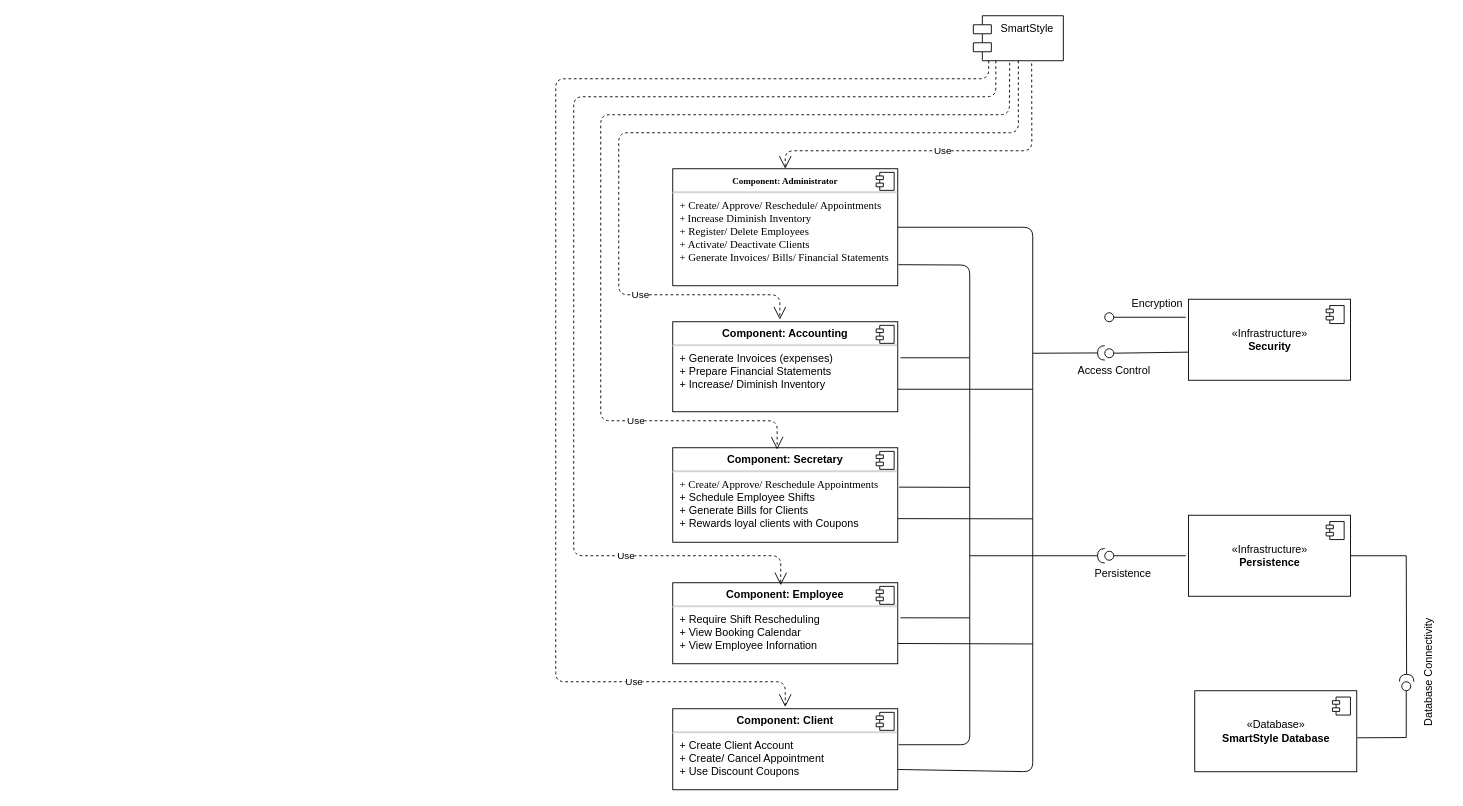
The draw.io diagram Diagrams/Component Diagram/Component.drawio in kkasharaj17/SE-project, before the edit. Source tidied: cells renumbered, new cells numbered last; positions are measured from the earlier drawing's top-left corner, leaving out a move shared by most shapes. Both pictures are drawn from the tidied source at 90%, with x=0, y=0 at pixel (555, 15).
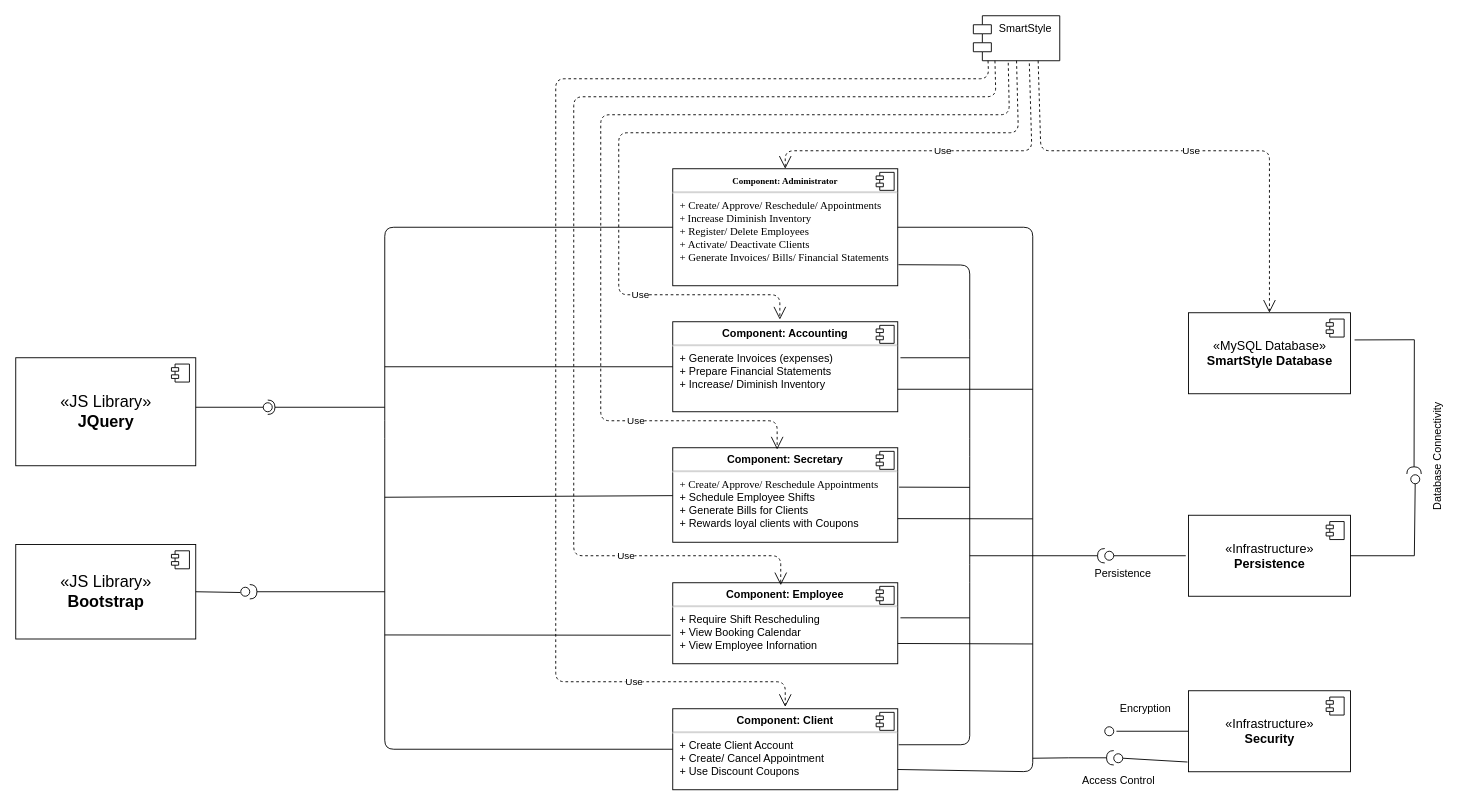
After the change.

The change refers to these unchanged cells:
```xml
<mxCell id="2" value="&lt;p style=&quot;margin: 0px ; margin-top: 6px ; text-align: center&quot;&gt;&lt;b&gt;&lt;font style=&quot;font-size: 10px&quot; face=&quot;Times New Roman&quot;&gt;Component: Administrator&lt;/font&gt;&lt;/b&gt;&lt;/p&gt;&lt;hr&gt;&lt;p style=&quot;margin: 0px ; margin-left: 8px&quot;&gt;&lt;font face=&quot;Times New Roman&quot; style=&quot;font-size: 12px&quot;&gt;+ Create/ Approve/ Reschedule/ Appointments&lt;/font&gt;&lt;/p&gt;&lt;p style=&quot;margin: 0px ; margin-left: 8px&quot;&gt;&lt;font face=&quot;Times New Roman&quot;&gt;&lt;span style=&quot;font-size: 11px&quot;&gt;+ &lt;/span&gt;&lt;font style=&quot;font-size: 12px&quot;&gt;Increase Diminish Inventory&lt;/font&gt;&lt;/font&gt;&lt;/p&gt;&lt;p style=&quot;margin: 0px ; margin-left: 8px&quot;&gt;&lt;font face=&quot;Times New Roman&quot; style=&quot;font-size: 12px&quot;&gt;+ Register/ Delete Employees&lt;/font&gt;&lt;/p&gt;&lt;p style=&quot;margin: 0px ; margin-left: 8px&quot;&gt;&lt;font face=&quot;Times New Roman&quot;&gt;+ &lt;font style=&quot;font-size: 12px&quot;&gt;Activate/ Deactivate Clients&lt;/font&gt;&lt;/font&gt;&lt;/p&gt;&lt;p style=&quot;margin: 0px ; margin-left: 8px&quot;&gt;&lt;font face=&quot;Times New Roman&quot; style=&quot;font-size: 12px&quot;&gt;+ Generate Invoices/ Bills/ Financial Statements&lt;/font&gt;&lt;/p&gt;" style="align=left;overflow=fill;html=1;" parent="1" vertex="1">
  <mxGeometry x="130" y="170" width="250" height="130" as="geometry" />
</mxCell>
<mxCell id="6" value="&lt;p style=&quot;margin: 0px ; margin-top: 6px ; text-align: center&quot;&gt;&lt;b&gt;Component: Accounting&lt;/b&gt;&lt;/p&gt;&lt;hr&gt;&lt;p style=&quot;margin: 0px ; margin-left: 8px&quot;&gt;+ Generate Invoices (expenses)&lt;br&gt;+ Prepare Financial Statements&lt;/p&gt;&lt;p style=&quot;margin: 0px ; margin-left: 8px&quot;&gt;+ Increase/ Diminish Inventory&lt;/p&gt;&lt;p style=&quot;margin: 0px ; margin-left: 8px&quot;&gt;&lt;br&gt;&lt;/p&gt;" style="align=left;overflow=fill;html=1;" parent="1" vertex="1">
  <mxGeometry x="130" y="340" width="250" height="100" as="geometry" />
</mxCell>
<mxCell id="8" value="&lt;p style=&quot;margin: 0px ; margin-top: 6px ; text-align: center&quot;&gt;&lt;b&gt;Component: Secretary&lt;/b&gt;&lt;/p&gt;&lt;hr&gt;&lt;p style=&quot;margin: 0px ; margin-left: 8px&quot;&gt;&lt;font face=&quot;Times New Roman&quot;&gt;+ Create/ Approve/ Reschedule Appointments&lt;/font&gt;&lt;br&gt;+ Schedule Employee Shifts&lt;/p&gt;&lt;p style=&quot;margin: 0px ; margin-left: 8px&quot;&gt;+ Generate Bills for Clients&lt;/p&gt;&lt;p style=&quot;margin: 0px ; margin-left: 8px&quot;&gt;+ Rewards loyal clients with Coupons&lt;/p&gt;" style="align=left;overflow=fill;html=1;" parent="1" vertex="1">
  <mxGeometry x="130" y="480" width="250" height="105" as="geometry" />
</mxCell>
<mxCell id="11" value="&lt;p style=&quot;margin: 0px ; margin-top: 6px ; text-align: center&quot;&gt;&lt;b&gt;Component: Employee&lt;/b&gt;&lt;/p&gt;&lt;hr&gt;&lt;p style=&quot;margin: 0px ; margin-left: 8px&quot;&gt;+ Require Shift Rescheduling&amp;nbsp;&lt;br&gt;+ View Booking Calendar&lt;/p&gt;&lt;p style=&quot;margin: 0px ; margin-left: 8px&quot;&gt;+ View Employee Infornation&lt;/p&gt;" style="align=left;overflow=fill;html=1;" parent="1" vertex="1">
  <mxGeometry x="130" y="630" width="250" height="90" as="geometry" />
</mxCell>
<mxCell id="13" value="&lt;p style=&quot;margin: 0px ; margin-top: 6px ; text-align: center&quot;&gt;&lt;b&gt;Component: Client&lt;/b&gt;&lt;/p&gt;&lt;hr&gt;&lt;p style=&quot;margin: 0px ; margin-left: 8px&quot;&gt;+ Create Client Account&lt;/p&gt;&lt;p style=&quot;margin: 0px ; margin-left: 8px&quot;&gt;+ Create/ Cancel Appointment&lt;/p&gt;&lt;p style=&quot;margin: 0px ; margin-left: 8px&quot;&gt;+ Use Discount Coupons&lt;/p&gt;" style="align=left;overflow=fill;html=1;" parent="1" vertex="1">
  <mxGeometry x="130" y="770" width="250" height="90" as="geometry" />
</mxCell>
```

The edit, as a diff of the source:
```diff
@@
     <mxCell id="4" value="SmartStyle&#10;" style="shape=module;align=left;spacingLeft=20;align=center;verticalAlign=top;" parent="1" vertex="1">
-      <mxGeometry x="464" width="100" height="50" as="geometry" />
+      <mxGeometry x="464" width="96" height="50" as="geometry" />
     </mxCell>
@@
     <mxCell id="22" value="Access Control" style="text;html=1;align=center;verticalAlign=middle;" parent="1" vertex="1">
-      <mxGeometry x="570" y="385" width="100" height="20" as="geometry" />
+      <mxGeometry x="575" y="840" width="100" height="20" as="geometry" />
     </mxCell>
-    <mxCell id="23" style="endArrow=none;html=1;entryX=0;entryY=0;entryDx=0;entryDy=15;entryPerimeter=0;" parent="1" edge="1">
+    <mxCell id="23" style="endArrow=none;html=1;entryX=0;entryY=0.5;entryDx=0;entryDy=0;" parent="1" edge="1" target="41">
       <mxGeometry relative="1" as="geometry">
-        <mxPoint x="610" y="335" as="sourcePoint" />
-        <mxPoint x="700" y="335" as="targetPoint" />
+        <mxPoint x="623" y="795" as="sourcePoint" />
       </mxGeometry>
     </mxCell>
     <mxCell id="24" style="ellipse;whiteSpace=wrap;html=1;fontFamily=Helvetica;fontSize=12;fontColor=#000000;align=center;strokeColor=#000000;fillColor=#ffffff;" parent="1" vertex="1">
-      <mxGeometry x="610" y="330" width="10" height="10" as="geometry" />
+      <mxGeometry x="610" y="790" width="10" height="10" as="geometry" />
     </mxCell>
     <mxCell id="25" value="Encryption" style="text;html=1;align=center;verticalAlign=middle;" parent="1" vertex="1">
-      <mxGeometry x="633" y="310" width="70" height="20" as="geometry" />
+      <mxGeometry x="620" y="760" width="70" height="20" as="geometry" />
     </mxCell>
@@
-    <mxCell id="34" value="«Infrastructure»&lt;br&gt;&lt;b&gt;Security&lt;/b&gt;" style="html=1;" parent="1" vertex="1">
-      <mxGeometry x="703" y="315" width="180" height="90" as="geometry" />
+    <mxCell id="34" value="&lt;font&gt;&lt;font style=&quot;font-size: 14px&quot;&gt;«MySQL Database»&lt;br&gt;&lt;/font&gt;&lt;b&gt;&lt;font style=&quot;font-size: 14px&quot;&gt;SmartStyle Database&lt;/font&gt;&lt;/b&gt;&lt;/font&gt;" style="html=1;" parent="1" vertex="1">
+      <mxGeometry x="703" y="330" width="180" height="90" as="geometry" />
     </mxCell>
@@
-    <mxCell id="36" value="«Infrastructure»&lt;br&gt;&lt;b&gt;Persistence&lt;/b&gt;" style="html=1;" parent="1" vertex="1">
+    <mxCell id="36" value="&lt;font style=&quot;font-size: 14px&quot;&gt;«Infrastructure»&lt;br&gt;&lt;b&gt;Persistence&lt;/b&gt;&lt;/font&gt;" style="html=1;" parent="1" vertex="1">
       <mxGeometry x="703" y="555" width="180" height="90" as="geometry" />
     </mxCell>
@@
-    <mxCell id="38" style="rounded=0;jettySize=auto;html=1;endArrow=none;endFill=0;exitX=0;exitY=0.653;exitDx=0;exitDy=0;exitPerimeter=0;" parent="1" edge="1" source="34" target="40">
+    <mxCell id="38" style="rounded=0;jettySize=auto;html=1;endArrow=none;endFill=0;entryX=1.034;entryY=0.5;entryDx=0;entryDy=0;entryPerimeter=0;exitX=-0.006;exitY=0.88;exitDx=0;exitDy=0;exitPerimeter=0;" parent="1" edge="1" source="41" target="40">
       <mxGeometry relative="1" as="geometry" />
     </mxCell>
     <mxCell id="39" style="rounded=0;orthogonalLoop=1;jettySize=auto;html=1;endArrow=halfCircle;endFill=0;endSize=6;strokeWidth=1;" parent="1" edge="1">
       <mxGeometry relative="1" as="geometry">
-        <mxPoint x="530" y="375" as="sourcePoint" />
-        <mxPoint x="610" y="374.6" as="targetPoint" />
+        <mxPoint x="530" y="825" as="sourcePoint" />
+        <mxPoint x="620" y="824.5" as="targetPoint" />
+        <Array as="points">
+          <mxPoint x="570" y="824.5" />
+        </Array>
       </mxGeometry>
     </mxCell>
     <mxCell id="40" style="ellipse;whiteSpace=wrap;html=1;fontFamily=Helvetica;fontSize=12;fontColor=#000000;align=center;strokeColor=#000000;fillColor=#ffffff;points=[];" parent="1" vertex="1">
-      <mxGeometry x="610" y="370" width="10" height="10" as="geometry" />
+      <mxGeometry x="620" y="820" width="10" height="10" as="geometry" />
     </mxCell>
-    <mxCell id="41" value="«Database»&lt;br&gt;&lt;b&gt;SmartStyle Database&lt;/b&gt;" style="html=1;" parent="1" vertex="1">
-      <mxGeometry x="710" y="750" width="180" height="90" as="geometry" />
+    <mxCell id="41" value="&lt;font style=&quot;font-size: 14px&quot;&gt;«Infrastructure»&lt;br&gt;&lt;b&gt;Security&lt;/b&gt;&lt;/font&gt;" style="html=1;" parent="1" vertex="1">
+      <mxGeometry x="703" y="750" width="180" height="90" as="geometry" />
     </mxCell>
@@
-    <mxCell id="43" style="rounded=0;jettySize=auto;html=1;endArrow=none;endFill=0;exitX=1.003;exitY=0.581;exitDx=0;exitDy=0;exitPerimeter=0;" parent="1" edge="1" source="41" target="45">
+    <mxCell id="43" style="rounded=0;jettySize=auto;html=1;endArrow=none;endFill=0;exitX=1;exitY=0.5;exitDx=0;exitDy=0;" parent="1" edge="1" source="36" target="45">
       <mxGeometry relative="1" as="geometry">
         <Array as="points">
-          <mxPoint x="945" y="802" />
+          <mxPoint x="954" y="600" />
         </Array>
       </mxGeometry>
     </mxCell>
-    <mxCell id="44" style="rounded=0;jettySize=auto;html=1;endArrow=halfCircle;endFill=0;endSize=6;strokeWidth=1;exitX=1;exitY=0.5;exitDx=0;exitDy=0;entryX=0.542;entryY=-0.022;entryDx=0;entryDy=0;entryPerimeter=0;" parent="1" edge="1" source="36" target="45">
-      <mxGeometry relative="1" as="geometry">
-        <Array as="points">
-          <mxPoint x="945" y="600" />
-        </Array>
-      </mxGeometry>
-    </mxCell>
     <mxCell id="45" style="ellipse;whiteSpace=wrap;html=1;fontFamily=Helvetica;fontSize=12;fontColor=#000000;align=center;strokeColor=#000000;fillColor=#ffffff;points=[];" parent="1" vertex="1">
-      <mxGeometry x="940" y="740" width="10" height="10" as="geometry" />
+      <mxGeometry x="950" y="510" width="10" height="10" as="geometry" />
     </mxCell>
     <mxCell id="46" value="Database Connectivity" style="text;html=1;align=center;verticalAlign=middle;rotation=-90;" parent="1" vertex="1">
-      <mxGeometry x="900" y="720" width="140" height="20" as="geometry" />
+      <mxGeometry x="910" y="480" width="140" height="20" as="geometry" />
     </mxCell>
+    <mxCell id="47" style="endArrow=none;html=1;entryX=0;entryY=0.5;entryDx=0;entryDy=0;exitX=0;exitY=0.5;exitDx=0;exitDy=0;" parent="1" edge="1" source="13" target="2">
+      <mxGeometry relative="1" as="geometry">
+        <Array as="points">
+          <mxPoint x="-190" y="815" />
+          <mxPoint x="-190" y="460" />
+          <mxPoint x="-190" y="235" />
+        </Array>
+      </mxGeometry>
+    </mxCell>
+    <mxCell id="48" style="endArrow=none;html=1;" parent="1" edge="1" target="6">
+      <mxGeometry relative="1" as="geometry">
+        <mxPoint x="-190" y="390" as="sourcePoint" />
+      </mxGeometry>
+    </mxCell>
+    <mxCell id="49" style="endArrow=none;html=1;" parent="1" edge="1" target="8">
+      <mxGeometry relative="1" as="geometry">
+        <mxPoint x="-190" y="535" as="sourcePoint" />
+      </mxGeometry>
+    </mxCell>
+    <mxCell id="50" style="endArrow=none;html=1;entryX=-0.009;entryY=0.648;entryDx=0;entryDy=0;entryPerimeter=0;" parent="1" edge="1" target="11">
+      <mxGeometry relative="1" as="geometry">
+        <mxPoint x="-190" y="688" as="sourcePoint" />
+      </mxGeometry>
+    </mxCell>
+    <mxCell id="51" style="rounded=0;jettySize=auto;html=1;endArrow=none;endFill=0;" parent="1" edge="1" target="53">
+      <mxGeometry relative="1" as="geometry">
+        <mxPoint x="-420" y="435" as="sourcePoint" />
+      </mxGeometry>
+    </mxCell>
+    <mxCell id="52" style="rounded=0;jettySize=auto;html=1;endArrow=halfCircle;endFill=0;entryX=0.5;entryY=0.5;entryDx=0;entryDy=0;endSize=6;strokeWidth=1;" parent="1" edge="1" target="53">
+      <mxGeometry relative="1" as="geometry">
+        <mxPoint x="-190" y="435" as="sourcePoint" />
+      </mxGeometry>
+    </mxCell>
+    <mxCell id="53" style="ellipse;whiteSpace=wrap;html=1;fontFamily=Helvetica;fontSize=12;fontColor=#000000;align=center;strokeColor=#000000;fillColor=#ffffff;points=[];" parent="1" vertex="1">
+      <mxGeometry x="-325" y="430" width="10" height="10" as="geometry" />
+    </mxCell>
+    <mxCell id="54" value="&lt;font style=&quot;font-size: 18px&quot;&gt;«JS Library»&lt;br&gt;&lt;b&gt;JQuery&lt;/b&gt;&lt;/font&gt;" style="html=1;" parent="1" vertex="1">
+      <mxGeometry x="-600" y="380" width="200" height="120" as="geometry" />
+    </mxCell>
+    <mxCell id="55" style="shape=component;jettyWidth=8;jettyHeight=4;" parent="54" vertex="1">
+      <mxGeometry x="1" width="20" height="20" relative="1" as="geometry">
+        <mxPoint x="-27" y="7" as="offset" />
+      </mxGeometry>
+    </mxCell>
+    <mxCell id="56" style="rounded=0;orthogonalLoop=1;jettySize=auto;html=1;endArrow=halfCircle;endFill=0;endSize=6;strokeWidth=1;" parent="1" edge="1">
+      <mxGeometry relative="1" as="geometry">
+        <mxPoint x="-190" y="640" as="sourcePoint" />
+        <mxPoint x="-340" y="640" as="targetPoint" />
+      </mxGeometry>
+    </mxCell>
+    <mxCell id="57" style="ellipse;whiteSpace=wrap;html=1;fontFamily=Helvetica;fontSize=12;fontColor=#000000;align=center;strokeColor=#000000;fillColor=#ffffff;points=[];" parent="1" vertex="1">
+      <mxGeometry x="-350" y="635" width="10" height="10" as="geometry" />
+    </mxCell>
+    <mxCell id="58" value="&lt;font style=&quot;font-size: 18px&quot;&gt;«JS Library»&lt;br&gt;&lt;b&gt;Bootstrap&lt;/b&gt;&lt;/font&gt;" style="html=1;" parent="1" vertex="1">
+      <mxGeometry x="-600" y="587.5" width="200" height="105" as="geometry" />
+    </mxCell>
+    <mxCell id="59" style="shape=component;jettyWidth=8;jettyHeight=4;" parent="58" vertex="1">
+      <mxGeometry x="1" width="20" height="20" relative="1" as="geometry">
+        <mxPoint x="-27" y="7" as="offset" />
+      </mxGeometry>
+    </mxCell>
+    <mxCell id="60" style="endArrow=none;html=1;exitX=1;exitY=0.5;exitDx=0;exitDy=0;entryX=-0.05;entryY=0.584;entryDx=0;entryDy=0;entryPerimeter=0;" parent="1" edge="1" source="58" target="57">
+      <mxGeometry relative="1" as="geometry" />
+    </mxCell>
+    <mxCell id="61" value="Use" style="endArrow=open;endSize=12;dashed=1;html=1;exitX=0.75;exitY=1;exitDx=0;exitDy=0;entryX=0.5;entryY=0;entryDx=0;entryDy=0;" parent="1" edge="1" source="4" target="34">
+      <mxGeometry relative="1" as="geometry">
+        <Array as="points">
+          <mxPoint x="539" y="150" />
+          <mxPoint x="793" y="150" />
+        </Array>
+      </mxGeometry>
+    </mxCell>
+    <mxCell id="62" style="rounded=0;jettySize=auto;html=1;endArrow=halfCircle;endFill=0;endSize=6;strokeWidth=1;exitX=1;exitY=0.5;exitDx=0;exitDy=0;entryX=0.367;entryY=-0.083;entryDx=0;entryDy=0;entryPerimeter=0;" parent="1" edge="1" target="45">
+      <mxGeometry relative="1" as="geometry">
+        <mxPoint x="887.6" y="360.2" as="sourcePoint" />
+        <Array as="points">
+          <mxPoint x="954" y="360" />
+        </Array>
+      </mxGeometry>
+    </mxCell>
```
